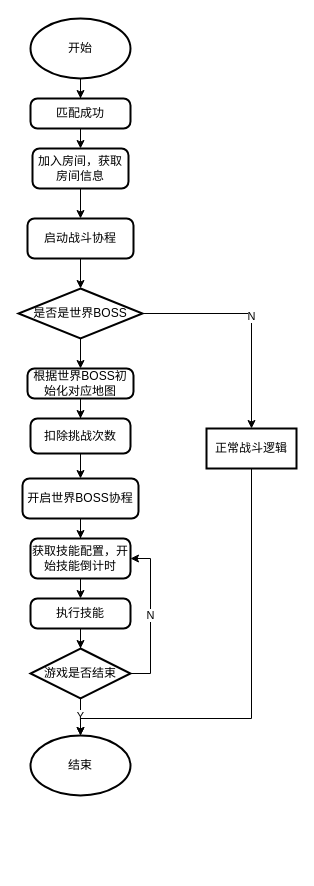
The draw.io diagram page "开始战斗" (1 of 2) of spiderqueen.drawio in Clz-SkyWalker/diagrams.net, before the edit. Source tidied: cells renumbered, new cells numbered last; positions are measured from the earlier drawing's top-left corner, leaving out a move shared by most shapes. Both pictures are drawn from the tidied source at 100%, with x=0, y=0 at pixel (18, 18).
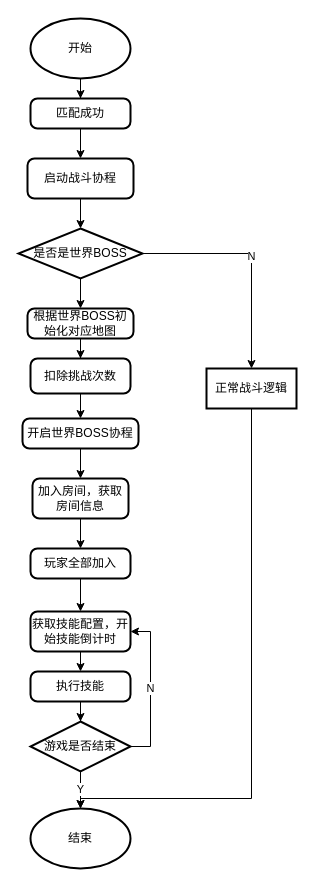
The same diagram, later.

The change refers to these unchanged cells:
```xml
<mxCell id="5" value="匹配成功" style="rounded=1;whiteSpace=wrap;html=1;absoluteArcSize=1;arcSize=14;strokeWidth=2;" parent="1" vertex="1">
  <mxGeometry x="12" y="80" width="100" height="30" as="geometry" />
</mxCell>
```

The edit, as a diff of the source:
```diff
@@
-    <mxCell id="4" style="edgeStyle=orthogonalEdgeStyle;rounded=0;jettySize=auto;html=1;exitX=0.5;exitY=1;exitDx=0;exitDy=0;entryX=0.5;entryY=0;entryDx=0;entryDy=0;" parent="1" edge="1" source="5" target="22">
-      <mxGeometry relative="1" as="geometry" />
-    </mxCell>
+    <mxCell id="29" style="edgeStyle=orthogonalEdgeStyle;rounded=0;jettySize=auto;html=1;exitX=0.5;exitY=1;exitDx=0;exitDy=0;" parent="1" edge="1" source="5" target="24">
+      <mxGeometry relative="1" as="geometry" />
+    </mxCell>
@@
-    <mxCell id="6" style="edgeStyle=orthogonalEdgeStyle;rounded=0;jettySize=auto;html=1;exitX=0.5;exitY=1;exitDx=0;exitDy=0;" parent="1" edge="1" source="7" target="12">
-      <mxGeometry relative="1" as="geometry" />
-    </mxCell>
+    <mxCell id="30" style="edgeStyle=orthogonalEdgeStyle;rounded=0;jettySize=auto;html=1;exitX=0.5;exitY=1;exitDx=0;exitDy=0;" parent="1" edge="1" source="7" target="22">
+      <mxGeometry relative="1" as="geometry" />
+    </mxCell>
     <mxCell id="7" value="开启世界BOSS协程" style="rounded=1;whiteSpace=wrap;html=1;absoluteArcSize=1;arcSize=14;strokeWidth=2;" parent="1" vertex="1">
-      <mxGeometry x="4" y="460" width="116" height="40" as="geometry" />
+      <mxGeometry x="4" y="400" width="116" height="30" as="geometry" />
     </mxCell>
@@
     <mxCell id="10" value="是否是世界BOSS" style="strokeWidth=2;html=1;shape=mxgraph.flowchart.decision;whiteSpace=wrap;" parent="1" vertex="1">
-      <mxGeometry y="270" width="124" height="50" as="geometry" />
+      <mxGeometry y="210" width="124" height="50" as="geometry" />
     </mxCell>
@@
     <mxCell id="12" value="获取技能配置，开始技能倒计时" style="rounded=1;whiteSpace=wrap;html=1;absoluteArcSize=1;arcSize=14;strokeWidth=2;" parent="1" vertex="1">
-      <mxGeometry x="12" y="520" width="100" height="40" as="geometry" />
+      <mxGeometry x="12" y="593" width="100" height="40" as="geometry" />
     </mxCell>
@@
     <mxCell id="14" value="执行技能" style="rounded=1;whiteSpace=wrap;html=1;absoluteArcSize=1;arcSize=14;strokeWidth=2;" parent="1" vertex="1">
-      <mxGeometry x="12" y="580" width="100" height="30" as="geometry" />
+      <mxGeometry x="12" y="653" width="100" height="30" as="geometry" />
     </mxCell>
@@
     <mxCell id="16" value="N" style="edgeStyle=orthogonalEdgeStyle;rounded=0;jettySize=auto;html=1;entryX=1;entryY=0.5;entryDx=0;entryDy=0;" parent="1" edge="1" source="17" target="12">
       <mxGeometry relative="1" as="geometry">
         <Array as="points">
-          <mxPoint x="132" y="655" />
-          <mxPoint x="132" y="540" />
+          <mxPoint x="132" y="728" />
+          <mxPoint x="132" y="613" />
         </Array>
       </mxGeometry>
     </mxCell>
     <mxCell id="17" value="游戏是否结束" style="strokeWidth=2;html=1;shape=mxgraph.flowchart.decision;whiteSpace=wrap;" parent="1" vertex="1">
-      <mxGeometry x="12" y="630" width="100" height="50" as="geometry" />
+      <mxGeometry x="12" y="703" width="100" height="50" as="geometry" />
     </mxCell>
     <mxCell id="18" value="结束" style="strokeWidth=2;html=1;shape=mxgraph.flowchart.start_1;whiteSpace=wrap;" parent="1" vertex="1">
-      <mxGeometry x="12" y="717" width="100" height="60" as="geometry" />
+      <mxGeometry x="12" y="790" width="100" height="60" as="geometry" />
     </mxCell>
     <mxCell id="19" style="edgeStyle=orthogonalEdgeStyle;rounded=0;jettySize=auto;html=1;exitX=0.5;exitY=1;exitDx=0;exitDy=0;" parent="1" edge="1" source="20" target="18">
       <mxGeometry relative="1" as="geometry">
         <Array as="points">
-          <mxPoint x="233" y="700" />
-          <mxPoint x="62" y="700" />
+          <mxPoint x="233" y="780" />
+          <mxPoint x="62" y="780" />
         </Array>
       </mxGeometry>
     </mxCell>
     <mxCell id="20" value="正常战斗逻辑" style="whiteSpace=wrap;html=1;strokeWidth=2;" parent="1" vertex="1">
-      <mxGeometry x="188" y="410" width="90" height="40" as="geometry" />
+      <mxGeometry x="188" y="350" width="90" height="40" as="geometry" />
     </mxCell>
-    <mxCell id="21" style="edgeStyle=orthogonalEdgeStyle;rounded=0;jettySize=auto;html=1;exitX=0.5;exitY=1;exitDx=0;exitDy=0;" parent="1" edge="1" source="22" target="24">
-      <mxGeometry relative="1" as="geometry" />
-    </mxCell>
+    <mxCell id="31" style="edgeStyle=orthogonalEdgeStyle;rounded=0;jettySize=auto;html=1;exitX=0.5;exitY=1;exitDx=0;exitDy=0;" parent="1" edge="1" source="22" target="33">
+      <mxGeometry relative="1" as="geometry" />
+    </mxCell>
     <mxCell id="22" value="加入房间，获取房间信息" style="rounded=1;whiteSpace=wrap;html=1;absoluteArcSize=1;arcSize=14;strokeWidth=2;" parent="1" vertex="1">
-      <mxGeometry x="14" y="130" width="96" height="40" as="geometry" />
+      <mxGeometry x="14" y="460" width="96" height="40" as="geometry" />
     </mxCell>
@@
     <mxCell id="24" value="启动战斗协程" style="rounded=1;whiteSpace=wrap;html=1;absoluteArcSize=1;arcSize=14;strokeWidth=2;" parent="1" vertex="1">
-      <mxGeometry x="9" y="200" width="106" height="40" as="geometry" />
+      <mxGeometry x="9" y="140" width="106" height="40" as="geometry" />
     </mxCell>
@@
     <mxCell id="26" value="根据世界BOSS初始化对应地图" style="rounded=1;whiteSpace=wrap;html=1;absoluteArcSize=1;arcSize=14;strokeWidth=2;" parent="1" vertex="1">
-      <mxGeometry x="9" y="350" width="106" height="30" as="geometry" />
+      <mxGeometry x="9" y="290" width="106" height="30" as="geometry" />
     </mxCell>
@@
     <mxCell id="28" value="扣除挑战次数" style="rounded=1;whiteSpace=wrap;html=1;absoluteArcSize=1;arcSize=14;strokeWidth=2;" parent="1" vertex="1">
-      <mxGeometry x="12" y="400" width="100" height="35" as="geometry" />
+      <mxGeometry x="12" y="340" width="100" height="35" as="geometry" />
     </mxCell>
+    <mxCell id="32" style="edgeStyle=orthogonalEdgeStyle;rounded=0;jettySize=auto;html=1;exitX=0.5;exitY=1;exitDx=0;exitDy=0;" parent="1" edge="1" source="33" target="12">
+      <mxGeometry relative="1" as="geometry" />
+    </mxCell>
+    <mxCell id="33" value="&lt;span&gt;玩家全部加入&lt;/span&gt;" style="rounded=1;whiteSpace=wrap;html=1;absoluteArcSize=1;arcSize=14;strokeWidth=2;" parent="1" vertex="1">
+      <mxGeometry x="12" y="530" width="100" height="30" as="geometry" />
+    </mxCell>
```
